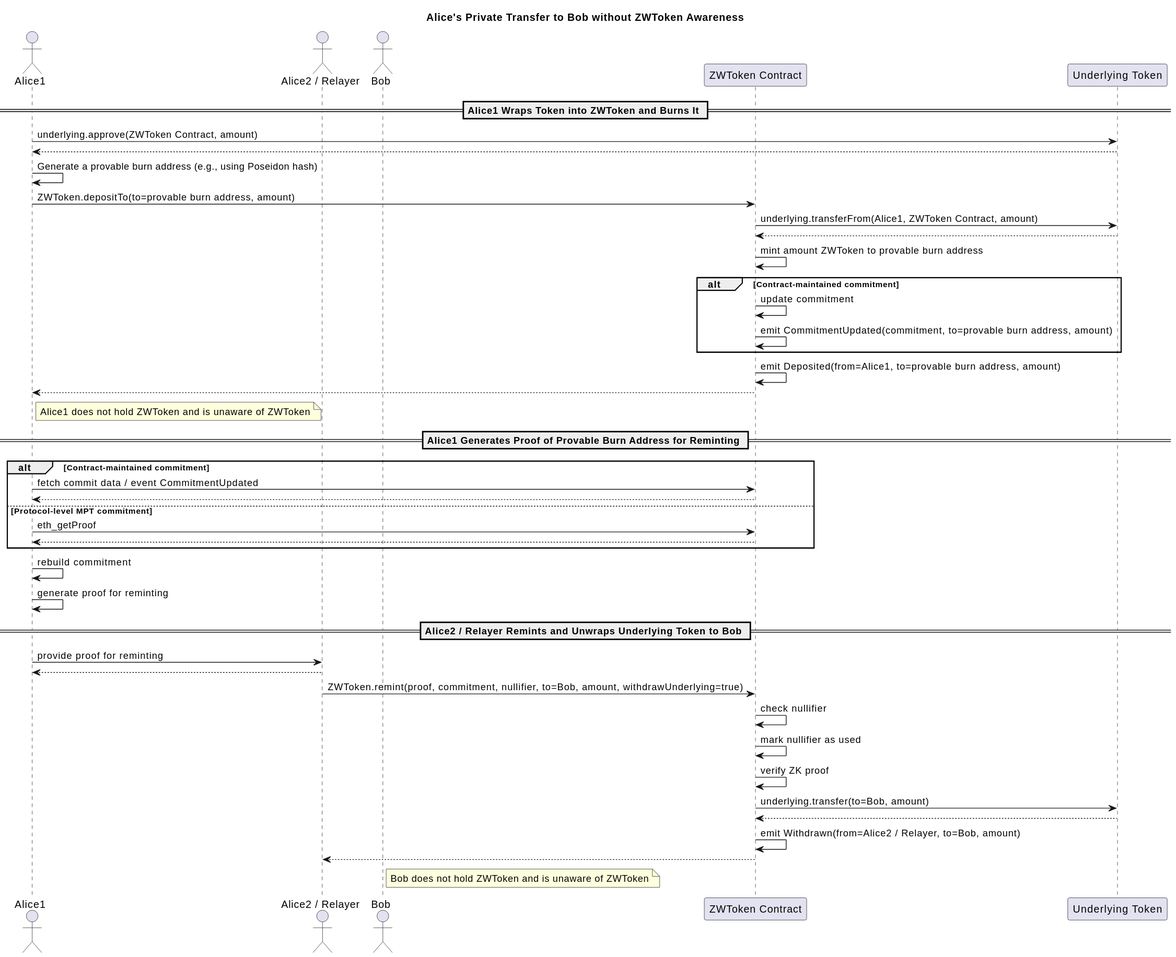
Before: assets/erc-8065/flow2.svg, a diagram exported from PlantUML (ethereum/ERCs). Source of this version:
```plantuml
@startuml
title Alice's Private Transfer to Bob without ZWToken Awareness

actor Alice1
actor "Alice2 / Relayer" as Alice2
actor Bob
participant "ZWToken Contract" as ZW
participant "Underlying Token" as U

== Alice1 Wraps Token into ZWToken and Burns It ==
Alice1 -> U : underlying.approve(ZWToken Contract, amount)
Alice1 <-- U
Alice1 -> Alice1 : Generate a provable burn address (e.g., using Poseidon hash)
Alice1 -> ZW : ZWToken.depositTo(to=provable burn address, amount)
ZW -> U : underlying.transferFrom(Alice1, ZWToken Contract, amount)
ZW <-- U
ZW -> ZW : mint amount ZWToken to provable burn address
alt Contract-maintained commitment
    ZW -> ZW : update commitment
    ZW -> ZW : emit CommitmentUpdated(commitment, to=provable burn address, amount)
end
ZW -> ZW : emit Deposited(from=Alice1, to=provable burn address, amount)
Alice1 <-- ZW
note right of Alice1 : Alice1 does not hold ZWToken and is unaware of ZWToken

== Alice1 Generates Proof of Provable Burn Address for Reminting ==
alt Contract-maintained commitment
    Alice1 -> ZW : fetch commit data / event CommitmentUpdated
    Alice1 <-- ZW
else Protocol-level MPT commitment
    Alice1 -> ZW : eth_getProof
    Alice1 <-- ZW
end
Alice1 -> Alice1 : rebuild commitment
Alice1 -> Alice1 : generate proof for reminting

== Alice2 / Relayer Remints and Unwraps Underlying Token to Bob ==
Alice1 -> Alice2 : provide proof for reminting
Alice1 <-- Alice2
Alice2 -> ZW : ZWToken.remint(proof, commitment, nullifier, to=Bob, amount, withdrawUnderlying=true)
ZW -> ZW : check nullifier
ZW -> ZW : mark nullifier as used
ZW -> ZW : verify ZK proof
ZW -> U : underlying.transfer(to=Bob, amount)
ZW <-- U
ZW -> ZW : emit Withdrawn(from=Alice2 / Relayer, to=Bob, amount)
Alice2 <-- ZW
note right of Bob : Bob does not hold ZWToken and is unaware of ZWToken
@enduml
```
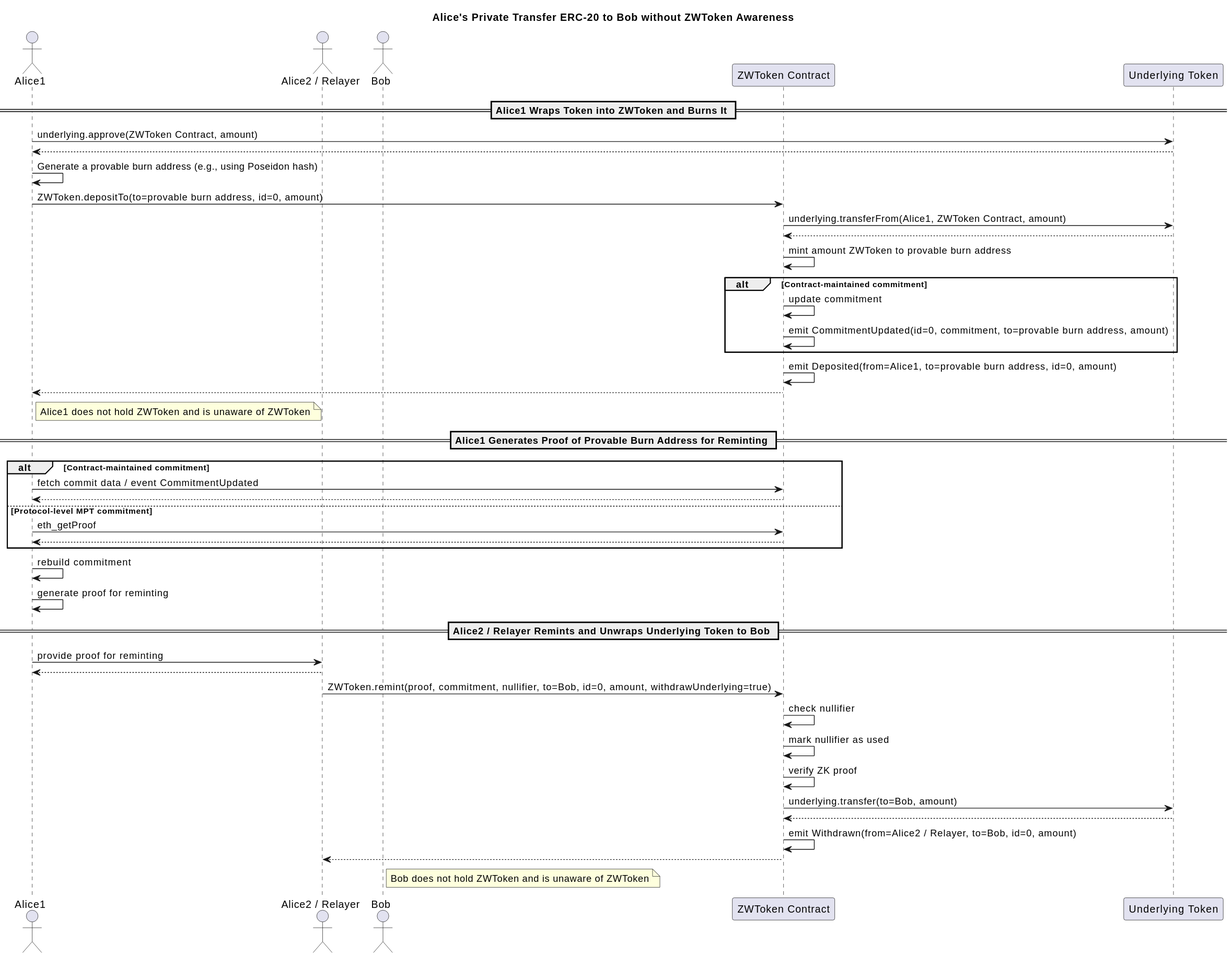
After the change.

What changed in the source:
```diff
@@ -1,5 +1,5 @@
 @startuml
-title Alice's Private Transfer to Bob without ZWToken Awareness
+title Alice's Private Transfer ERC-20 to Bob without ZWToken Awareness
 
 actor Alice1
 actor "Alice2 / Relayer" as Alice2
@@ -11,15 +11,15 @@
 Alice1 -> U : underlying.approve(ZWToken Contract, amount)
 Alice1 <-- U
 Alice1 -> Alice1 : Generate a provable burn address (e.g., using Poseidon hash)
-Alice1 -> ZW : ZWToken.depositTo(to=provable burn address, amount)
+Alice1 -> ZW : ZWToken.depositTo(to=provable burn address, id=0, amount)
 ZW -> U : underlying.transferFrom(Alice1, ZWToken Contract, amount)
 ZW <-- U
 ZW -> ZW : mint amount ZWToken to provable burn address
 alt Contract-maintained commitment
     ZW -> ZW : update commitment
-    ZW -> ZW : emit CommitmentUpdated(commitment, to=provable burn address, amount)
+    ZW -> ZW : emit CommitmentUpdated(id=0, commitment, to=provable burn address, amount)
 end
-ZW -> ZW : emit Deposited(from=Alice1, to=provable burn address, amount)
+ZW -> ZW : emit Deposited(from=Alice1, to=provable burn address, id=0, amount)
 Alice1 <-- ZW
 note right of Alice1 : Alice1 does not hold ZWToken and is unaware of ZWToken
 
@@ -37,13 +37,13 @@
 == Alice2 / Relayer Remints and Unwraps Underlying Token to Bob ==
 Alice1 -> Alice2 : provide proof for reminting
 Alice1 <-- Alice2
-Alice2 -> ZW : ZWToken.remint(proof, commitment, nullifier, to=Bob, amount, withdrawUnderlying=true)
+Alice2 -> ZW : ZWToken.remint(proof, commitment, nullifier, to=Bob, id=0, amount, withdrawUnderlying=true)
 ZW -> ZW : check nullifier
 ZW -> ZW : mark nullifier as used
 ZW -> ZW : verify ZK proof
 ZW -> U : underlying.transfer(to=Bob, amount)
 ZW <-- U
-ZW -> ZW : emit Withdrawn(from=Alice2 / Relayer, to=Bob, amount)
+ZW -> ZW : emit Withdrawn(from=Alice2 / Relayer, to=Bob, id=0, amount)
 Alice2 <-- ZW
 note right of Bob : Bob does not hold ZWToken and is unaware of ZWToken
 @enduml
```
